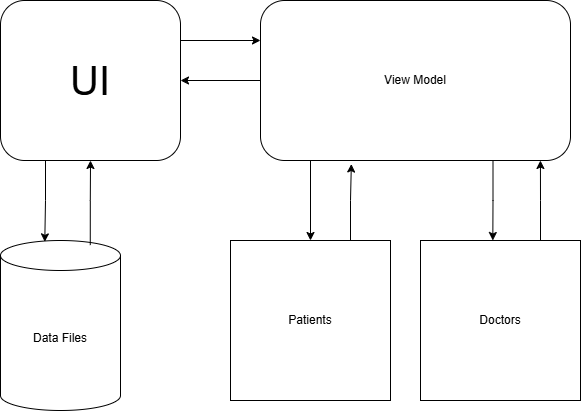
CasuallyDreamin/doctor-appointment-sys keeps this draw.io diagram as diagram/diagram.png. Above is the earlier version. Source tidied: cells renumbered, new cells last; positions are measured from the earlier drawing's top-left corner, leaving out a move shared by most shapes.
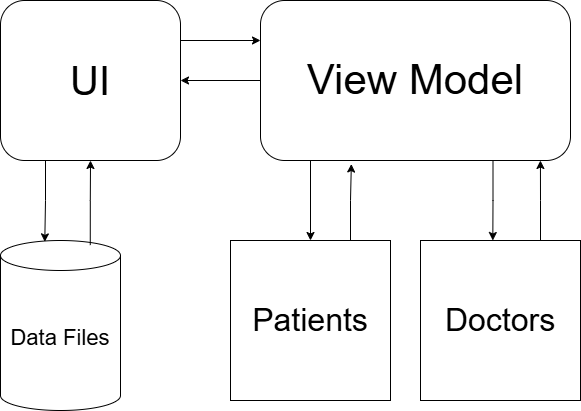
After the commit.

Commit message:
Fixed diagram font

Diff of the diagram source:
```diff
@@ -2,13 +2,13 @@
   <root>
     <mxCell id="0" />
     <mxCell id="1" parent="0" />
-    <mxCell id="2" value="Data Files" style="shape=cylinder3;whiteSpace=wrap;html=1;boundedLbl=1;backgroundOutline=1;size=15;" parent="1" vertex="1">
+    <mxCell id="2" value="&lt;font style=&quot;font-size: 22px;&quot;&gt;Data Files&lt;/font&gt;" style="shape=cylinder3;whiteSpace=wrap;html=1;boundedLbl=1;backgroundOutline=1;size=15;" parent="1" vertex="1">
       <mxGeometry y="240" width="120" height="170" as="geometry" />
     </mxCell>
-    <mxCell id="3" value="Doctors" style="rounded=0;whiteSpace=wrap;html=1;" parent="1" vertex="1">
+    <mxCell id="3" value="&lt;font style=&quot;font-size: 32px;&quot;&gt;Doctors&lt;/font&gt;" style="rounded=0;whiteSpace=wrap;html=1;" parent="1" vertex="1">
       <mxGeometry x="420" y="240" width="160" height="160" as="geometry" />
     </mxCell>
-    <mxCell id="4" value="Patients" style="whiteSpace=wrap;html=1;" parent="1" vertex="1">
+    <mxCell id="4" value="&lt;font style=&quot;font-size: 32px;&quot;&gt;Patients&lt;/font&gt;" style="whiteSpace=wrap;html=1;" parent="1" vertex="1">
       <mxGeometry x="230" y="240" width="160" height="160" as="geometry" />
     </mxCell>
     <mxCell id="5" style="edgeStyle=orthogonalEdgeStyle;rounded=0;jettySize=auto;html=1;exitX=1;exitY=0.25;exitDx=0;exitDy=0;entryX=0;entryY=0.25;entryDx=0;entryDy=0;" parent="1" edge="1" source="6" target="9">
@@ -27,7 +27,7 @@
         </Array>
       </mxGeometry>
     </mxCell>
-    <mxCell id="9" value="View Model" style="rounded=1;whiteSpace=wrap;html=1;" parent="1" vertex="1">
+    <mxCell id="9" value="&lt;font style=&quot;font-size: 42px;&quot;&gt;View Model&lt;/font&gt;" style="rounded=1;whiteSpace=wrap;html=1;" parent="1" vertex="1">
       <mxGeometry x="260" width="310" height="160" as="geometry" />
     </mxCell>
     <mxCell id="10" style="edgeStyle=orthogonalEdgeStyle;rounded=0;jettySize=auto;html=1;exitX=0.75;exitY=0;exitDx=0;exitDy=0;entryX=0.903;entryY=1;entryDx=0;entryDy=0;entryPerimeter=0;" parent="1" edge="1" source="3" target="9">
```
